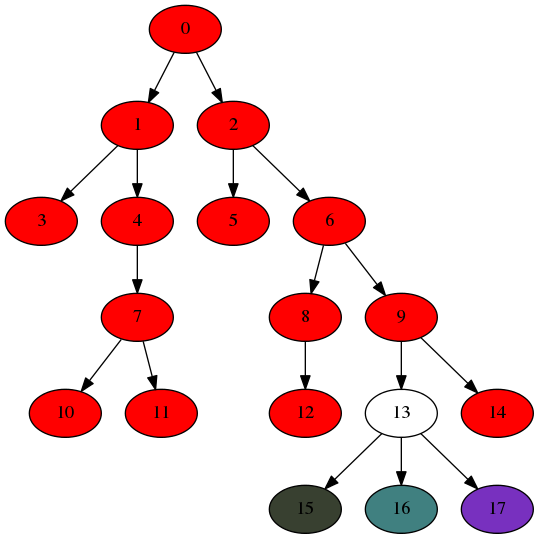
Earlier version of the Graphviz export fitch_res_cactus.png (MenshovSergey/Fitch). Its source is kept beside it as fitch_res_cactus.dot.
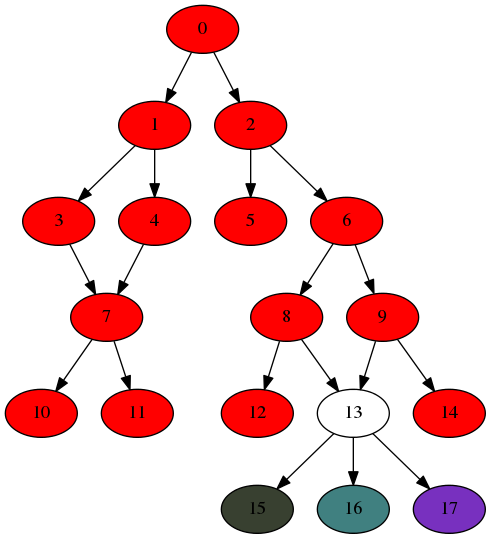
After the change.

Commit message:
Add fitch for cactus

What changed in the source:
```diff
@@ -4,14 +4,15 @@
 1 [style=filled,fillcolor="1.0 1.0 1.0"]
 1->3;
 3 [style=filled,fillcolor="1.0 1.0 1.0"]
-1->4;
-4 [style=filled,fillcolor="1.0 1.0 1.0"]
-4->7;
+3->7;
 7 [style=filled,fillcolor="1.0 1.0 1.0"]
 7->10;
 10 [style=filled,fillcolor="1.0 1.0 1.0"]
 7->11;
 11 [style=filled,fillcolor="1.0 1.0 1.0"]
+1->4;
+4 [style=filled,fillcolor="1.0 1.0 1.0"]
+4->7;
 0->2;
 2 [style=filled,fillcolor="1.0 1.0 1.0"]
 2->5;
@@ -22,15 +23,16 @@
 8 [style=filled,fillcolor="1.0 1.0 1.0"]
 8->12;
 12 [style=filled,fillcolor="1.0 1.0 1.0"]
-6->9;
-9 [style=filled,fillcolor="1.0 1.0 1.0"]
-9->13;
+8->13;
 13->15;
 15 [style=filled,fillcolor="0.25 0.25 0.25"]
 13->16;
 16 [style=filled,fillcolor="0.5 0.5 0.5"]
 13->17;
 17 [style=filled,fillcolor="0.75 0.75 0.75"]
+6->9;
+9 [style=filled,fillcolor="1.0 1.0 1.0"]
+9->13;
 9->14;
 14 [style=filled,fillcolor="1.0 1.0 1.0"]
 }
```
